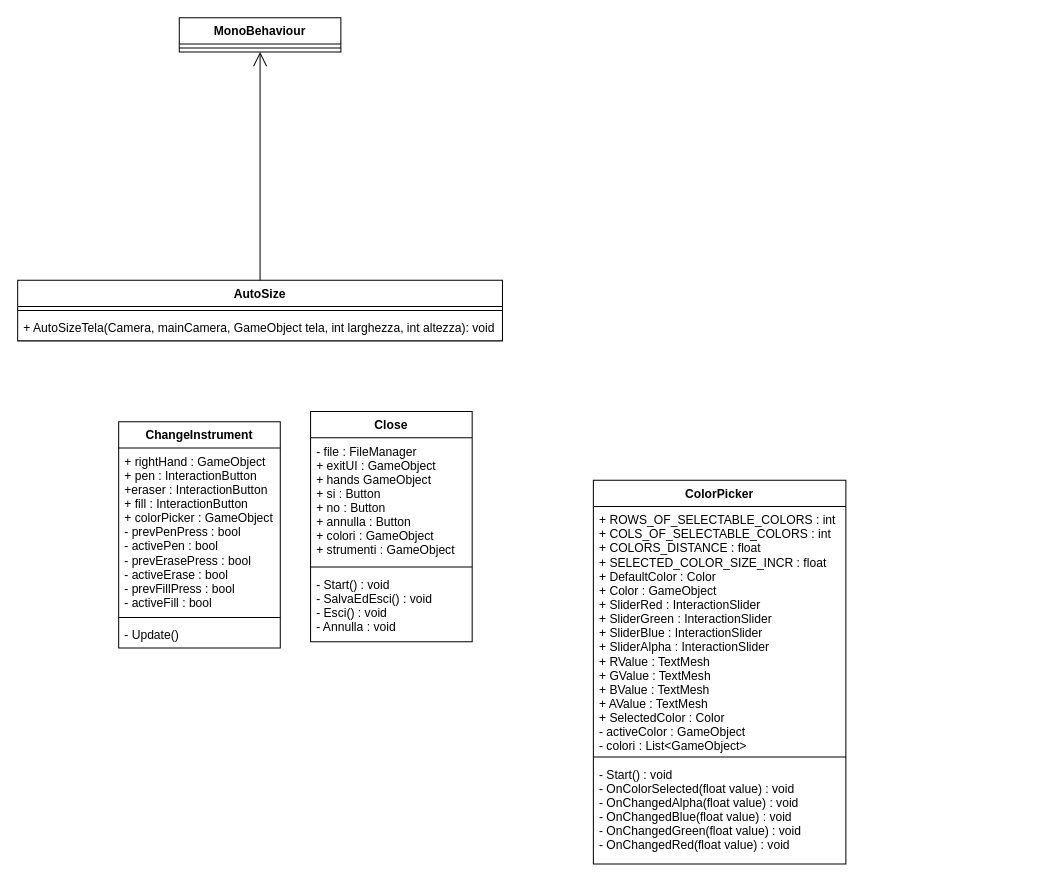
Before: Documentazione/ClassDiagram.drawio in LuMug/VirtualPainter, a draw.io diagram. Source tidied: cells renumbered, new cells numbered last; positions are measured from the earlier drawing's top-left corner, leaving out a move shared by most shapes. Both pictures are drawn from the tidied source at 101%, with x=0, y=0 at pixel (17, 17).
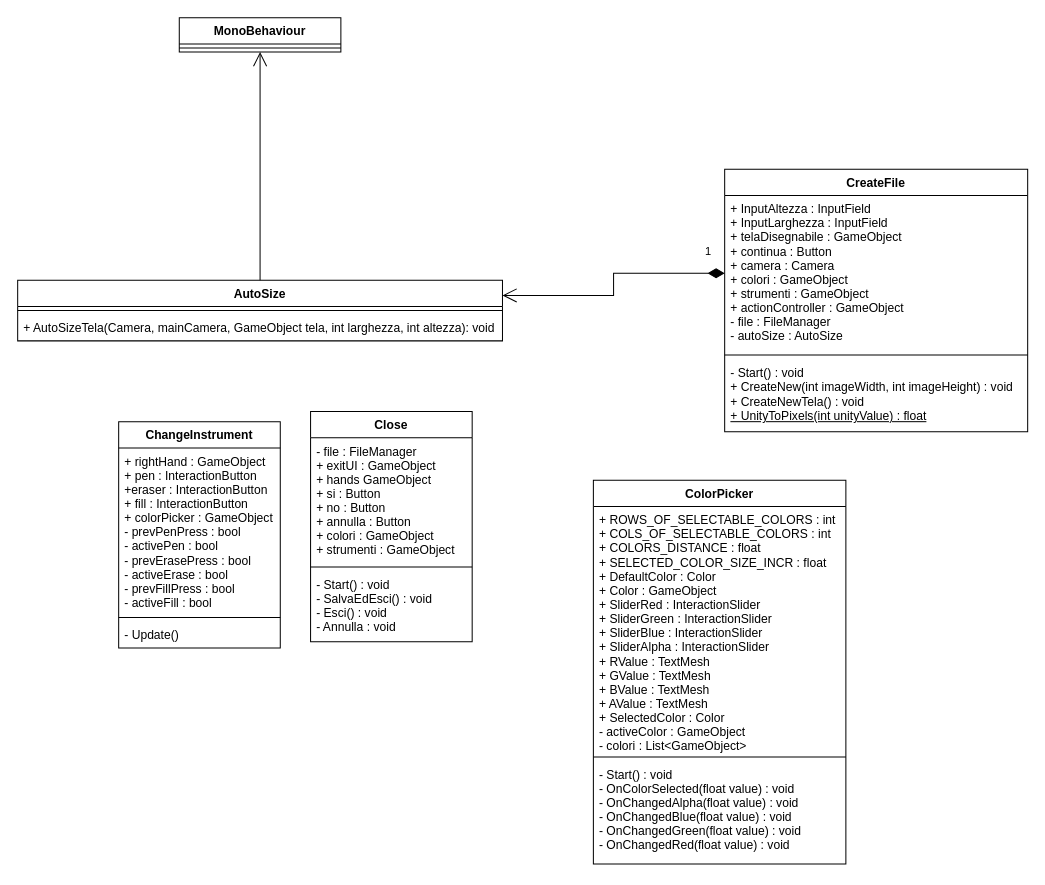
After the change.

Unchanged cells that the change refers to:
```xml
<mxCell id="2" value="AutoSize" style="swimlane;fontStyle=1;align=center;verticalAlign=top;horizontal=1;startSize=26;rounded=0;shadow=0;strokeWidth=1;" parent="1" vertex="1">
  <mxGeometry y="260" width="480" height="60" as="geometry" />
</mxCell>
```

Diff of the diagram source:
```diff
@@
+    <mxCell id="20" value="CreateFile" style="swimlane;fontStyle=1;align=center;verticalAlign=top;horizontal=1;startSize=26;" parent="1" vertex="1">
+      <mxGeometry x="700" y="150" width="300" height="260" as="geometry" />
+    </mxCell>
+    <mxCell id="21" value="+ InputAltezza : InputField&#10;+ InputLarghezza : InputField&#10;+ telaDisegnabile : GameObject&#10;+ continua : Button&#10;+ camera : Camera&#10;+ colori : GameObject&#10;+ strumenti : GameObject&#10;+ actionController : GameObject&#10;- file : FileManager&#10;- autoSize : AutoSize&#10;&#10;" style="text;strokeColor=none;fillColor=none;align=left;verticalAlign=top;spacingLeft=4;spacingRight=4;overflow=hidden;points=[[0,0.5],[1,0.5]];portConstraint=eastwest;" parent="20" vertex="1">
+      <mxGeometry y="26" width="300" height="154" as="geometry" />
+    </mxCell>
+    <mxCell id="22" style="line;strokeWidth=1;fillColor=none;align=left;verticalAlign=middle;spacingTop=-1;spacingLeft=3;spacingRight=3;labelPosition=right;" parent="20" vertex="1">
+      <mxGeometry y="180" width="300" height="8" as="geometry" />
+    </mxCell>
+    <mxCell id="23" value="- Start() : void&lt;br&gt;+ CreateNew(int imageWidth, int imageHeight) : void&lt;br&gt;+ CreateNewTela() : void&lt;br&gt;&lt;u&gt;+ UnityToPixels(int unityValue) : float&lt;/u&gt;&lt;br&gt;" style="text;strokeColor=none;fillColor=none;align=left;verticalAlign=top;spacingLeft=4;spacingRight=4;overflow=hidden;fontStyle=0;html=1;" parent="20" vertex="1">
+      <mxGeometry y="188" width="300" height="72" as="geometry" />
+    </mxCell>
+    <mxCell id="24" value="1" style="endArrow=open;html=1;endSize=12;startArrow=diamondThin;startSize=14;startFill=1;edgeStyle=orthogonalEdgeStyle;align=left;verticalAlign=bottom;rounded=0;exitX=0;exitY=0.5;exitDx=0;exitDy=0;entryX=1;entryY=0.25;entryDx=0;entryDy=0;" parent="1" edge="1" source="21" target="2">
+      <mxGeometry x="-0.83" y="-13" relative="1" as="geometry" />
+    </mxCell>
```
